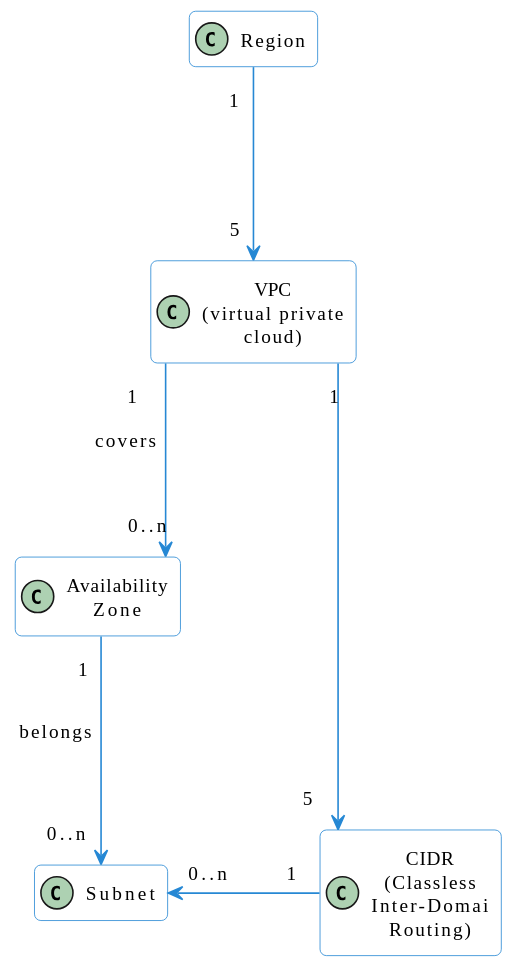
Above: assets/uml/004-vpc/vpc-domain-model.svg in avall/AWS-SAA-C03 (PlantUML), before the change. Its source is kept beside it as assets/uml/004-vpc/vpc-domain-model.puml. The source it was exported from:
```plantuml
@startuml

!include ../style.puml
skinparam linetype ortho
skinparam nodesep 95
top to bottom direction

class "VPC\n(virtual private\ncloud)" as VPC {
}

class "CIDR\n(Classless\nInter-Domai\nRouting)" as CIDR {
}

class "Availability\nZone" as AvZone {
}

Region "1" ---> "5" VPC
VPC    "1" ---> "5" CIDR
CIDR   "1" -l--> "0..n" Subnet
VPC    "1" ---> "0..n" AvZone : covers
AvZone "1" ---> "0..n" Subnet : belongs

@enduml
```
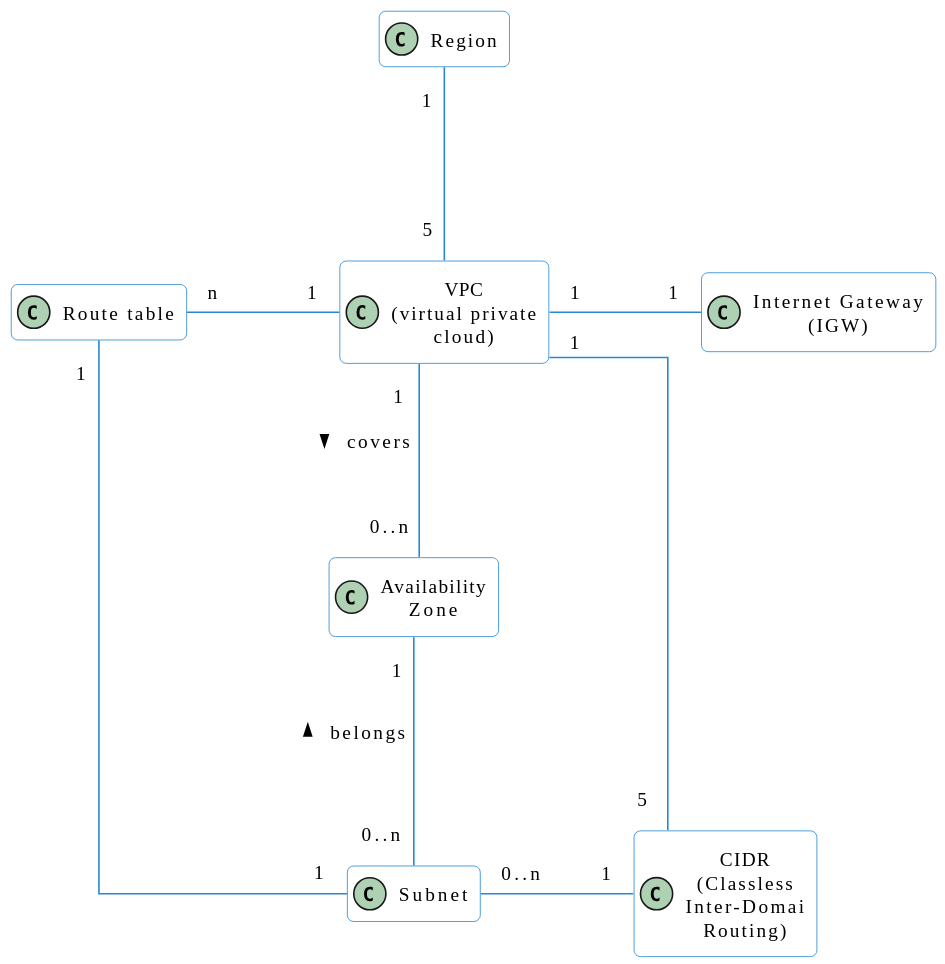
The same file after the commit.

Change to the diagram source:
```diff
@@ -14,10 +14,19 @@
 class "Availability\nZone" as AvZone {
 }
 
-Region "1" ---> "5" VPC
-VPC    "1" ---> "5" CIDR
-CIDR   "1" -l--> "0..n" Subnet
-VPC    "1" ---> "0..n" AvZone : covers
-AvZone "1" ---> "0..n" Subnet : belongs
+class "Internet Gateway\n(IGW)" as igw {
+}
+
+class "Route table" as rt {
+}
+
+Region "1" --- "5" VPC
+VPC    "1" --- "5" CIDR
+CIDR   "1" -l-- "0..n" Subnet
+VPC    "1" --- "0..n" AvZone : > covers
+AvZone "1" --- "0..n" Subnet : < belongs
+VPC    "1" -r-  "1" igw
+VPC    "1" -l-- "n" rt
+Subnet    "1" -l-- "1" rt
 
 @enduml
```
